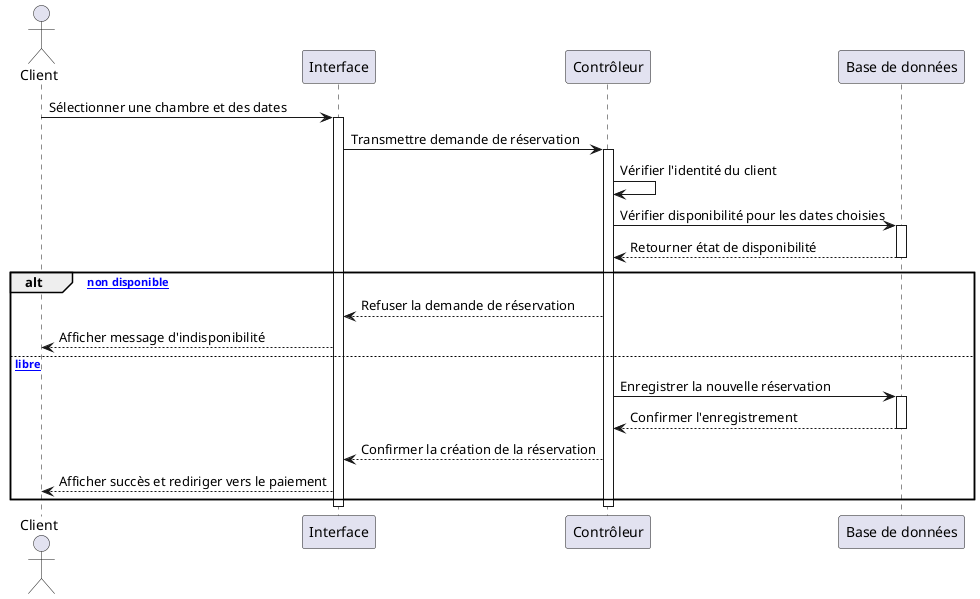
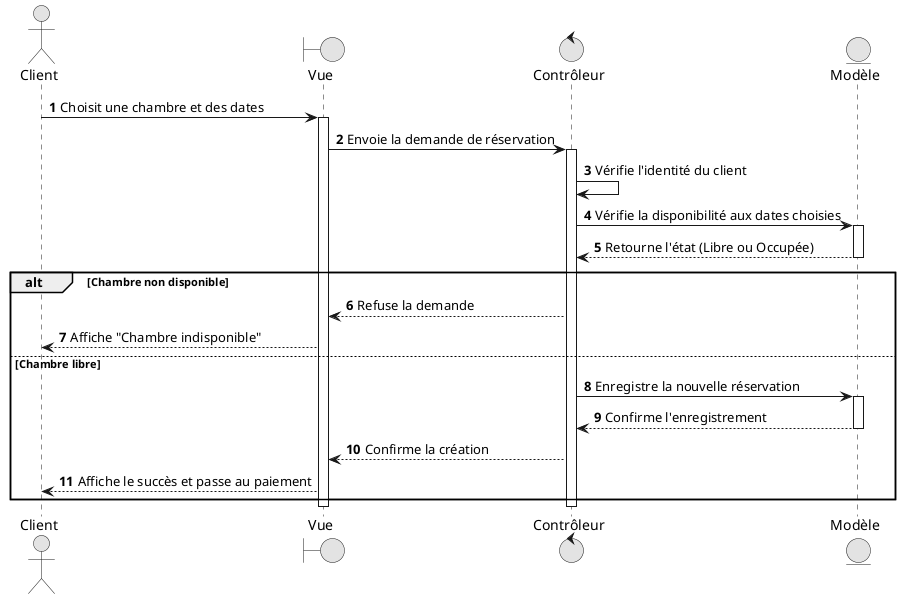
@startuml
+ skinparam monochrome true
skinparam shadowing false
+ autonumber

actor "Client" as client
- participant "Interface" as vue
- participant "Contrôleur" as api
- participant "Base de données" as db
+ boundary "Vue" as vue
+ control "Contrôleur" as ctrl
+ entity "Modèle" as model

- client -> vue : Sélectionner une chambre et des dates
+ client -> vue : Choisit une chambre et des dates
activate vue
- vue -> api : Transmettre demande de réservation
- activate api
+ vue -> ctrl : Envoie la demande de réservation
+ activate ctrl

- api -> api : Vérifier l'identité du client
- api -> db : Vérifier disponibilité pour les dates choisies
- activate db
- db --> api : Retourner état de disponibilité
- deactivate db
+ ctrl -> ctrl : Vérifie l'identité du client
+ ctrl -> model : Vérifie la disponibilité aux dates choisies
+ activate model
+ model --> ctrl : Retourne l'état (Libre ou Occupée)
+ deactivate model

- alt [Chambre non disponible]
-     api --> vue : Refuser la demande de réservation
-     vue --> client : Afficher message d'indisponibilité
- else [Chambre libre]
-     api -> db : Enregistrer la nouvelle réservation
-     activate db
-     db --> api : Confirmer l'enregistrement
-     deactivate db
-     api --> vue : Confirmer la création de la réservation
-     vue --> client : Afficher succès et rediriger vers le paiement
+ alt Chambre non disponible
+     ctrl --> vue : Refuse la demande
+     vue --> client : Affiche "Chambre indisponible"
+ else Chambre libre
+     ctrl -> model : Enregistre la nouvelle réservation
+     activate model
+     model --> ctrl : Confirme l'enregistrement
+     deactivate model
+     ctrl --> vue : Confirme la création
+     vue --> client : Affiche le succès et passe au paiement
end
- deactivate api
+ 
+ deactivate ctrl
deactivate vue
@enduml